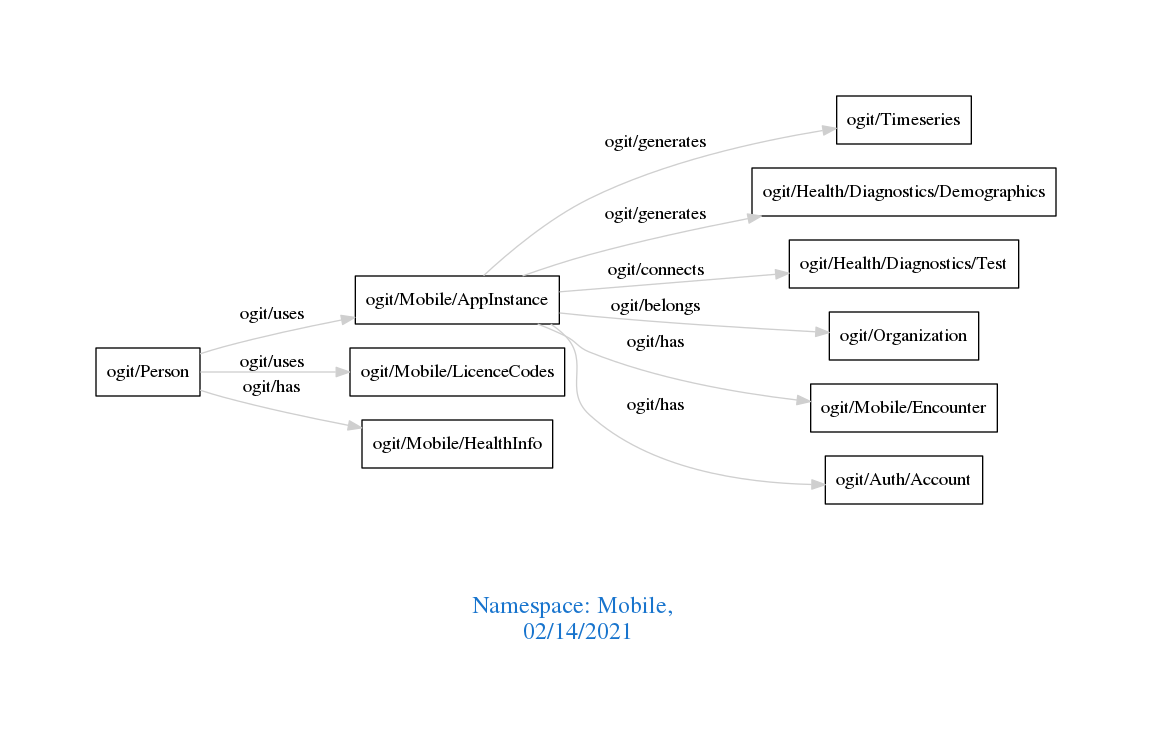
Earlier version of the Graphviz export downloads/Mobile.png (arago/OGIT). Its source is kept beside it as downloads/Mobile.dot.
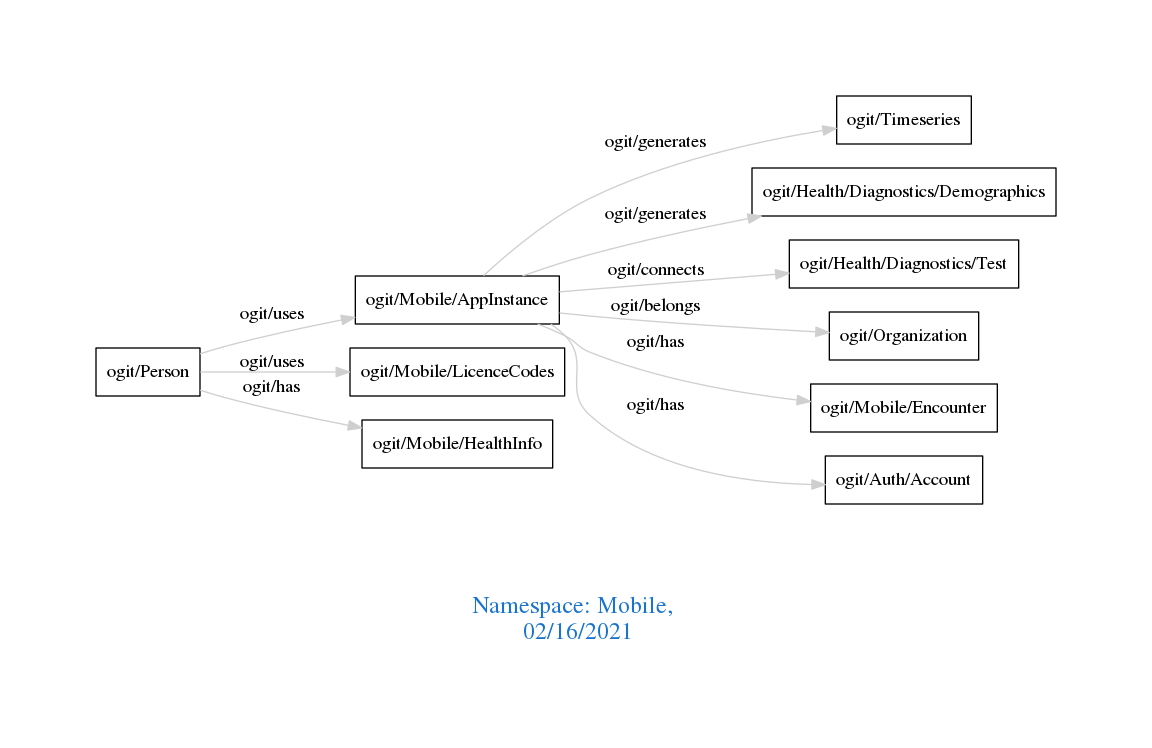
The same file after the commit.

What changed in the source:
```diff
@@ -1,7 +1,7 @@
 digraph OGIT_ontology {
  graph [ rankdir= LR,pad=1
 fontsize = 18,
-fontcolor= dodgerblue3,label = "\n\n\nNamespace: Mobile, \n 02/14/2021"];
+fontcolor= dodgerblue3,label = "\n\n\nNamespace: Mobile, \n 02/16/2021"];
 node[shape=polygon];
 edge [  color="gray81"];
 
```
